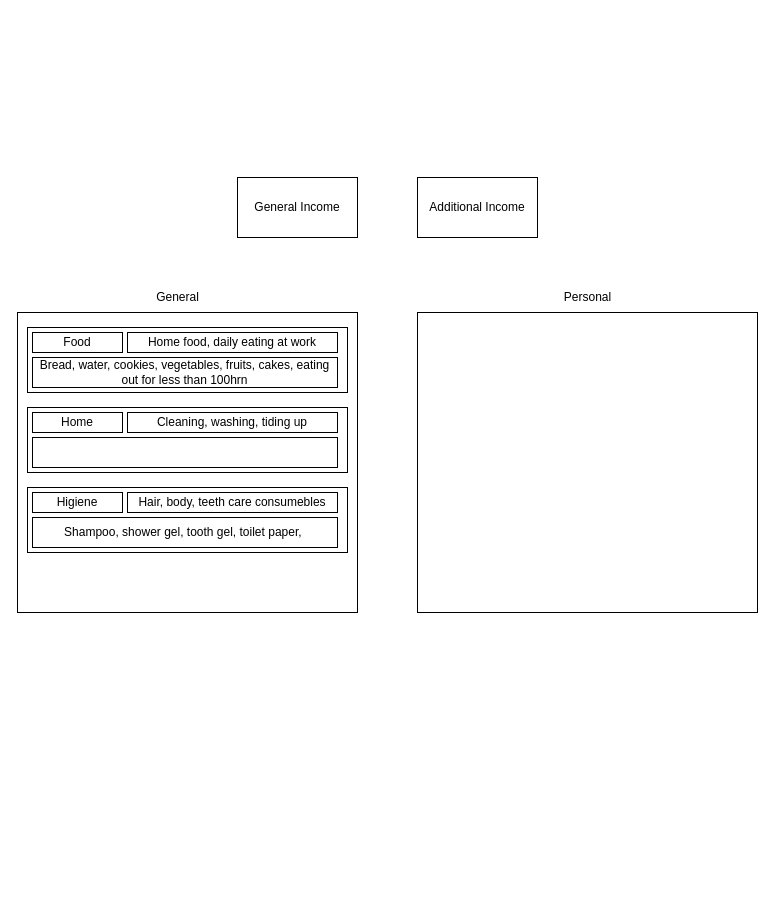
Earlier version of the draw.io diagram bgt.drawio (FedosovMax/diagrams). Source tidied: cells renumbered, new cells numbered last; positions are measured from the earlier drawing's top-left corner, leaving out a move shared by most shapes. Both pictures are drawn from the tidied source at 100%, with x=0, y=0 at pixel (17, 177).
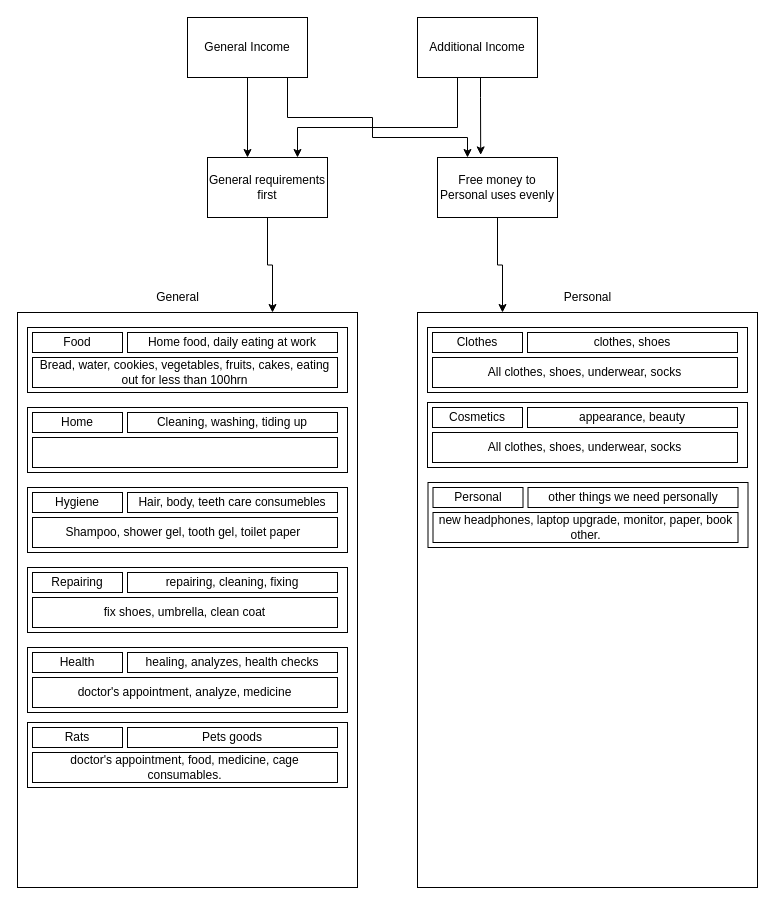
The same diagram, later.

What changed in the source:
```diff
@@
     <mxCell id="2" style="rounded=0;whiteSpace=wrap;html=1;" parent="1" vertex="1">
-      <mxGeometry y="135" width="340" height="300" as="geometry" />
+      <mxGeometry y="135" width="340" height="575" as="geometry" />
     </mxCell>
     <mxCell id="3" style="rounded=0;whiteSpace=wrap;html=1;" parent="1" vertex="1">
-      <mxGeometry x="400" y="135" width="340" height="300" as="geometry" />
+      <mxGeometry x="400" y="135" width="340" height="575" as="geometry" />
     </mxCell>
@@
+    <mxCell id="20" style="edgeStyle=orthogonalEdgeStyle;rounded=0;jettySize=auto;html=1;" parent="1" edge="1" source="6" target="49">
+      <mxGeometry relative="1" as="geometry">
+        <Array as="points">
+          <mxPoint x="240" y="-20" />
+        </Array>
+      </mxGeometry>
+    </mxCell>
+    <mxCell id="21" style="edgeStyle=orthogonalEdgeStyle;rounded=0;jettySize=auto;html=1;entryX=0.25;entryY=0;entryDx=0;entryDy=0;" parent="1" edge="1" source="6" target="51">
+      <mxGeometry relative="1" as="geometry">
+        <Array as="points">
+          <mxPoint x="270" y="-60" />
+          <mxPoint x="355" y="-60" />
+          <mxPoint x="355" y="-40" />
+          <mxPoint x="450" y="-40" />
+        </Array>
+      </mxGeometry>
+    </mxCell>
     <mxCell id="6" value="General Income" style="rounded=0;whiteSpace=wrap;html=1;" parent="1" vertex="1">
-      <mxGeometry x="220" width="120" height="60" as="geometry" />
+      <mxGeometry x="170" y="-160" width="120" height="60" as="geometry" />
     </mxCell>
+    <mxCell id="22" style="edgeStyle=orthogonalEdgeStyle;rounded=0;jettySize=auto;html=1;entryX=0.75;entryY=0;entryDx=0;entryDy=0;" parent="1" edge="1" source="7" target="49">
+      <mxGeometry relative="1" as="geometry">
+        <Array as="points">
+          <mxPoint x="440" y="-50" />
+          <mxPoint x="280" y="-50" />
+        </Array>
+      </mxGeometry>
+    </mxCell>
+    <mxCell id="23" style="edgeStyle=orthogonalEdgeStyle;rounded=0;jettySize=auto;html=1;entryX=0.36;entryY=-0.043;entryDx=0;entryDy=0;entryPerimeter=0;" parent="1" edge="1" source="7" target="51">
+      <mxGeometry relative="1" as="geometry">
+        <Array as="points">
+          <mxPoint x="463" y="-80" />
+          <mxPoint x="463" y="-80" />
+        </Array>
+      </mxGeometry>
+    </mxCell>
     <mxCell id="7" value="Additional Income" style="rounded=0;whiteSpace=wrap;html=1;" parent="1" vertex="1">
-      <mxGeometry x="400" width="120" height="60" as="geometry" />
+      <mxGeometry x="400" y="-160" width="120" height="60" as="geometry" />
     </mxCell>
@@
-    <mxCell id="17" value="Higiene" style="rounded=0;whiteSpace=wrap;html=1;" parent="1" vertex="1">
+    <mxCell id="17" value="Hygiene" style="rounded=0;whiteSpace=wrap;html=1;" parent="1" vertex="1">
       <mxGeometry x="15" y="315" width="90" height="20" as="geometry" />
     </mxCell>
@@
-    <mxCell id="19" value="Shampoo, shower gel, tooth gel, toilet paper,&amp;nbsp; " style="rounded=0;whiteSpace=wrap;html=1;" parent="1" vertex="1">
+    <mxCell id="19" value="Shampoo, shower gel, tooth gel, toilet paper&amp;nbsp; " style="rounded=0;whiteSpace=wrap;html=1;" parent="1" vertex="1">
       <mxGeometry x="15" y="340" width="305" height="30" as="geometry" />
     </mxCell>
+    <mxCell id="24" style="rounded=0;whiteSpace=wrap;html=1;" parent="1" vertex="1">
+      <mxGeometry x="10" y="390" width="320" height="65" as="geometry" />
+    </mxCell>
+    <mxCell id="25" value="Repairing" style="rounded=0;whiteSpace=wrap;html=1;" parent="1" vertex="1">
+      <mxGeometry x="15" y="395" width="90" height="20" as="geometry" />
+    </mxCell>
+    <mxCell id="26" value="repairing, cleaning, fixing" style="rounded=0;whiteSpace=wrap;html=1;" parent="1" vertex="1">
+      <mxGeometry x="110" y="395" width="210" height="20" as="geometry" />
+    </mxCell>
+    <mxCell id="27" value="fix shoes, umbrella, clean coat" style="rounded=0;whiteSpace=wrap;html=1;" parent="1" vertex="1">
+      <mxGeometry x="15" y="420" width="305" height="30" as="geometry" />
+    </mxCell>
+    <mxCell id="28" style="rounded=0;whiteSpace=wrap;html=1;" parent="1" vertex="1">
+      <mxGeometry x="10" y="470" width="320" height="65" as="geometry" />
+    </mxCell>
+    <mxCell id="29" value="Health" style="rounded=0;whiteSpace=wrap;html=1;" parent="1" vertex="1">
+      <mxGeometry x="15" y="475" width="90" height="20" as="geometry" />
+    </mxCell>
+    <mxCell id="30" value="healing, analyzes, health checks" style="rounded=0;whiteSpace=wrap;html=1;" parent="1" vertex="1">
+      <mxGeometry x="110" y="475" width="210" height="20" as="geometry" />
+    </mxCell>
+    <mxCell id="31" value="doctor's appointment, analyze, medicine" style="rounded=0;whiteSpace=wrap;html=1;" parent="1" vertex="1">
+      <mxGeometry x="15" y="500" width="305" height="30" as="geometry" />
+    </mxCell>
+    <mxCell id="32" style="rounded=0;whiteSpace=wrap;html=1;" parent="1" vertex="1">
+      <mxGeometry x="10" y="545" width="320" height="65" as="geometry" />
+    </mxCell>
+    <mxCell id="33" value="Rats" style="rounded=0;whiteSpace=wrap;html=1;" parent="1" vertex="1">
+      <mxGeometry x="15" y="550" width="90" height="20" as="geometry" />
+    </mxCell>
+    <mxCell id="34" value="Pets goods" style="rounded=0;whiteSpace=wrap;html=1;" parent="1" vertex="1">
+      <mxGeometry x="110" y="550" width="210" height="20" as="geometry" />
+    </mxCell>
+    <mxCell id="35" value="doctor's appointment, food, medicine, cage consumables. " style="rounded=0;whiteSpace=wrap;html=1;" parent="1" vertex="1">
+      <mxGeometry x="15" y="575" width="305" height="30" as="geometry" />
+    </mxCell>
+    <mxCell id="36" style="rounded=0;whiteSpace=wrap;html=1;" parent="1" vertex="1">
+      <mxGeometry x="410" y="150" width="320" height="65" as="geometry" />
+    </mxCell>
+    <mxCell id="37" value="Clothes" style="rounded=0;whiteSpace=wrap;html=1;" parent="1" vertex="1">
+      <mxGeometry x="415" y="155" width="90" height="20" as="geometry" />
+    </mxCell>
+    <mxCell id="38" value="clothes, shoes" style="rounded=0;whiteSpace=wrap;html=1;" parent="1" vertex="1">
+      <mxGeometry x="510" y="155" width="210" height="20" as="geometry" />
+    </mxCell>
+    <mxCell id="39" value="All clothes, shoes, underwear, socks" style="rounded=0;whiteSpace=wrap;html=1;" parent="1" vertex="1">
+      <mxGeometry x="415" y="180" width="305" height="30" as="geometry" />
+    </mxCell>
+    <mxCell id="40" style="rounded=0;whiteSpace=wrap;html=1;" parent="1" vertex="1">
+      <mxGeometry x="410" y="225" width="320" height="65" as="geometry" />
+    </mxCell>
+    <mxCell id="41" value="Cosmetics" style="rounded=0;whiteSpace=wrap;html=1;" parent="1" vertex="1">
+      <mxGeometry x="415" y="230" width="90" height="20" as="geometry" />
+    </mxCell>
+    <mxCell id="42" value="appearance, beauty" style="rounded=0;whiteSpace=wrap;html=1;" parent="1" vertex="1">
+      <mxGeometry x="510" y="230" width="210" height="20" as="geometry" />
+    </mxCell>
+    <mxCell id="43" value="All clothes, shoes, underwear, socks" style="rounded=0;whiteSpace=wrap;html=1;" parent="1" vertex="1">
+      <mxGeometry x="415" y="255" width="305" height="30" as="geometry" />
+    </mxCell>
+    <mxCell id="44" style="rounded=0;whiteSpace=wrap;html=1;" parent="1" vertex="1">
+      <mxGeometry x="410.5" y="305" width="320" height="65" as="geometry" />
+    </mxCell>
+    <mxCell id="45" value="Personal" style="rounded=0;whiteSpace=wrap;html=1;" parent="1" vertex="1">
+      <mxGeometry x="415.5" y="310" width="90" height="20" as="geometry" />
+    </mxCell>
+    <mxCell id="46" value="other things we need personally" style="rounded=0;whiteSpace=wrap;html=1;" parent="1" vertex="1">
+      <mxGeometry x="510.5" y="310" width="210" height="20" as="geometry" />
+    </mxCell>
+    <mxCell id="47" value="new headphones, laptop upgrade, monitor, paper, book other. " style="rounded=0;whiteSpace=wrap;html=1;" parent="1" vertex="1">
+      <mxGeometry x="415.5" y="335" width="305" height="30" as="geometry" />
+    </mxCell>
+    <mxCell id="48" style="edgeStyle=orthogonalEdgeStyle;rounded=0;jettySize=auto;html=1;entryX=0.75;entryY=0;entryDx=0;entryDy=0;" parent="1" edge="1" source="49" target="2">
+      <mxGeometry relative="1" as="geometry" />
+    </mxCell>
+    <mxCell id="49" value="General requirements first" style="rounded=0;whiteSpace=wrap;html=1;" parent="1" vertex="1">
+      <mxGeometry x="190" y="-20" width="120" height="60" as="geometry" />
+    </mxCell>
+    <mxCell id="50" style="edgeStyle=orthogonalEdgeStyle;rounded=0;jettySize=auto;html=1;entryX=0.25;entryY=0;entryDx=0;entryDy=0;" parent="1" edge="1" source="51" target="3">
+      <mxGeometry relative="1" as="geometry" />
+    </mxCell>
+    <mxCell id="51" value="Free money to Personal uses evenly" style="rounded=0;whiteSpace=wrap;html=1;" parent="1" vertex="1">
+      <mxGeometry x="420" y="-20" width="120" height="60" as="geometry" />
+    </mxCell>
```
